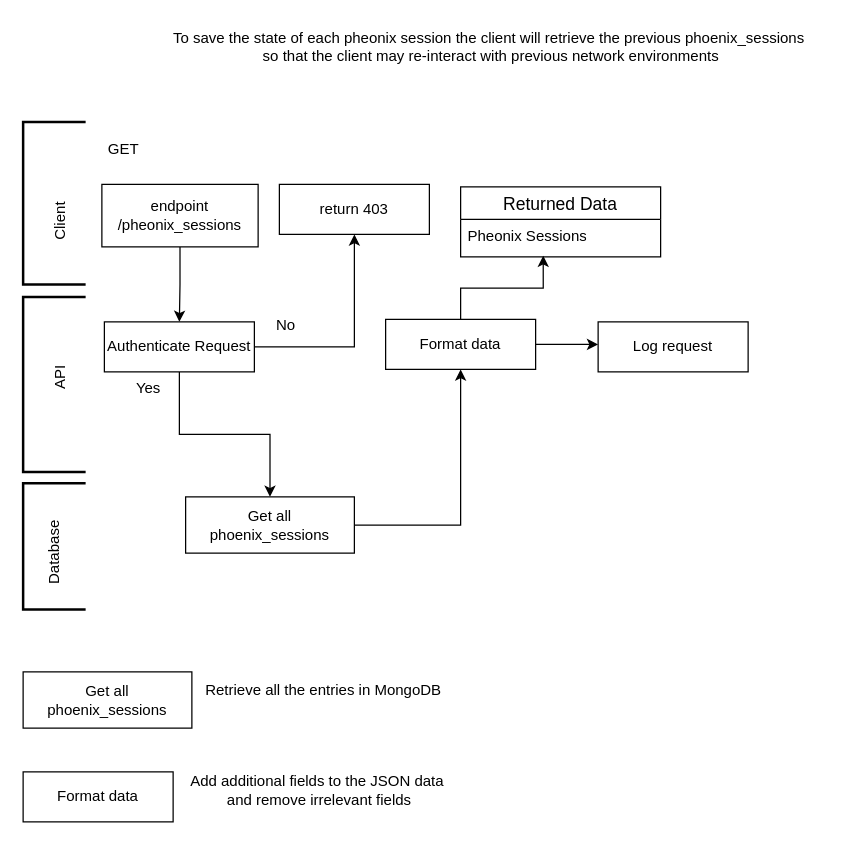
Before: page "GET /workspaces" (2 of 8) of pymsf/pymsf.drawio in ACCISA/msf_automate, a draw.io diagram. Source tidied: cells renumbered, new cells numbered last; positions are measured from the earlier drawing's top-left corner, leaving out a move shared by most shapes. Both pictures are drawn from the tidied source at 125%, with x=0, y=0 at pixel (4, 21).
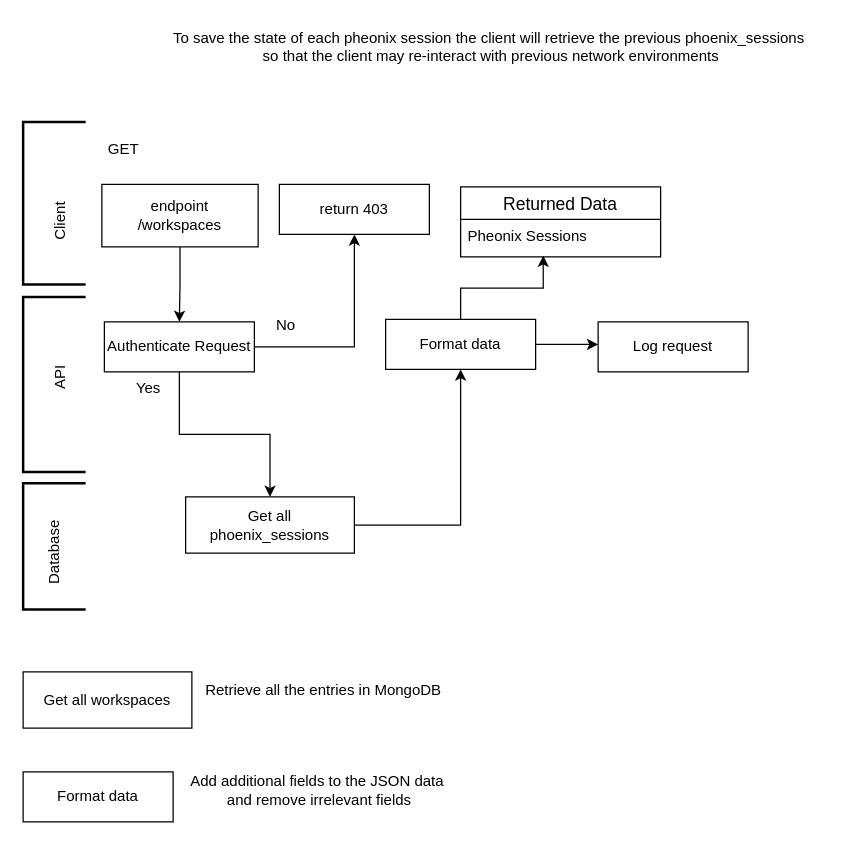
After the change.

Change to the diagram source:
```diff
@@
-    <mxCell id="9" value="&lt;div&gt;endpoint&lt;/div&gt;&lt;div&gt;/pheonix_sessions&lt;br&gt;&lt;/div&gt;" style="whiteSpace=wrap;html=1;" parent="1" vertex="1">
+    <mxCell id="9" value="&lt;div&gt;endpoint&lt;/div&gt;&lt;div&gt;/workspaces&lt;br&gt;&lt;/div&gt;" style="whiteSpace=wrap;html=1;" parent="1" vertex="1">
       <mxGeometry x="78" y="130" width="125" height="50" as="geometry" />
     </mxCell>
@@
-    <mxCell id="26" value="Get all phoenix_sessions" style="whiteSpace=wrap;html=1;" parent="1" vertex="1">
+    <mxCell id="26" value="Get all workspaces" style="whiteSpace=wrap;html=1;" parent="1" vertex="1">
       <mxGeometry x="15" y="520" width="135" height="45" as="geometry" />
     </mxCell>
```
